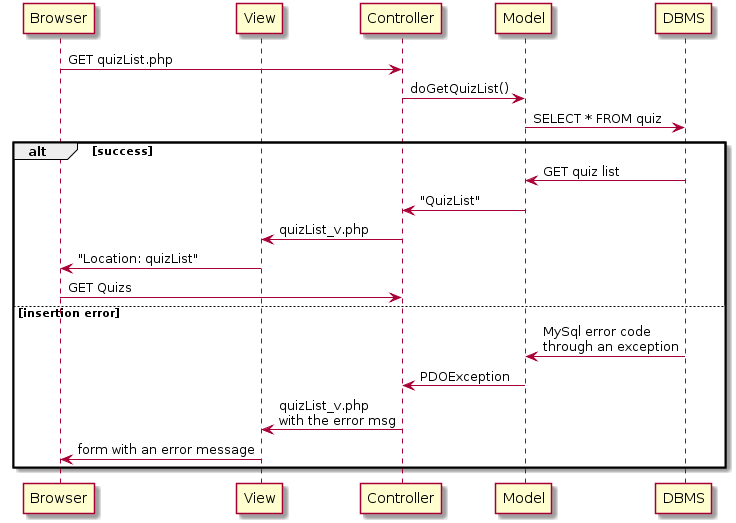
Earlier version of the PlantUML export docs/list_quiz_sequence_diagram.png (gabrielgch96/SQL_EvaluationSystem).
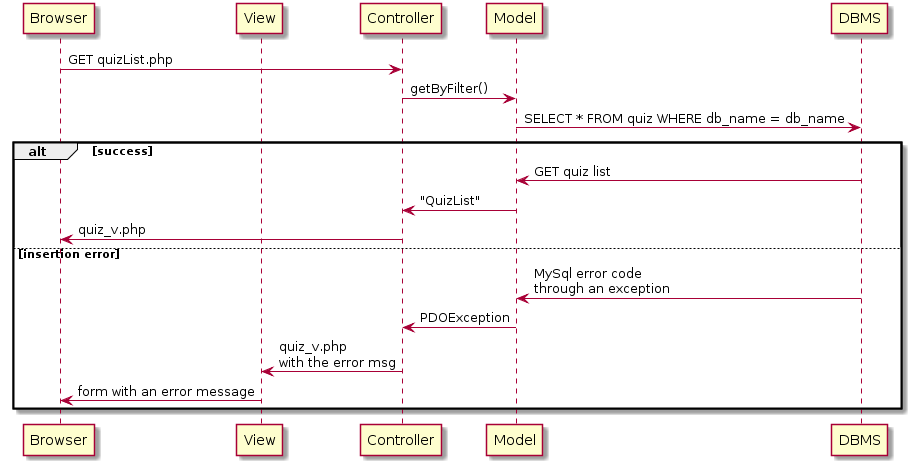
After the commit.

Commit message:
Change sequence diagram for questions and quizs

The edit, as a diff of the source:
```diff
@@ -3,20 +3,18 @@
 participant View
 
 Browser -> Controller: GET quizList.php
-Controller -> Model: doGetQuizList()
-Model -> DBMS: SELECT * FROM quiz
+Controller -> Model: getByFilter()
+Model -> DBMS: SELECT * FROM quiz WHERE db_name = db_name
 
 alt success
 DBMS -> Model: GET quiz list
 Model -> Controller: "QuizList"
-Controller -> View: quizList_v.php
-View -> Browser: "Location: quizList"
-Browser -> Controller: GET Quizs
+Controller -> Browser: quiz_v.php
 
 else insertion error
 DBMS -> Model: MySql error code\nthrough an exception
 Model -> Controller: PDOException
-Controller -> View: quizList_v.php\nwith the error msg
+Controller -> View: quiz_v.php\nwith the error msg
 View -> Browser: form with an error message
 end
 @enduml
```
